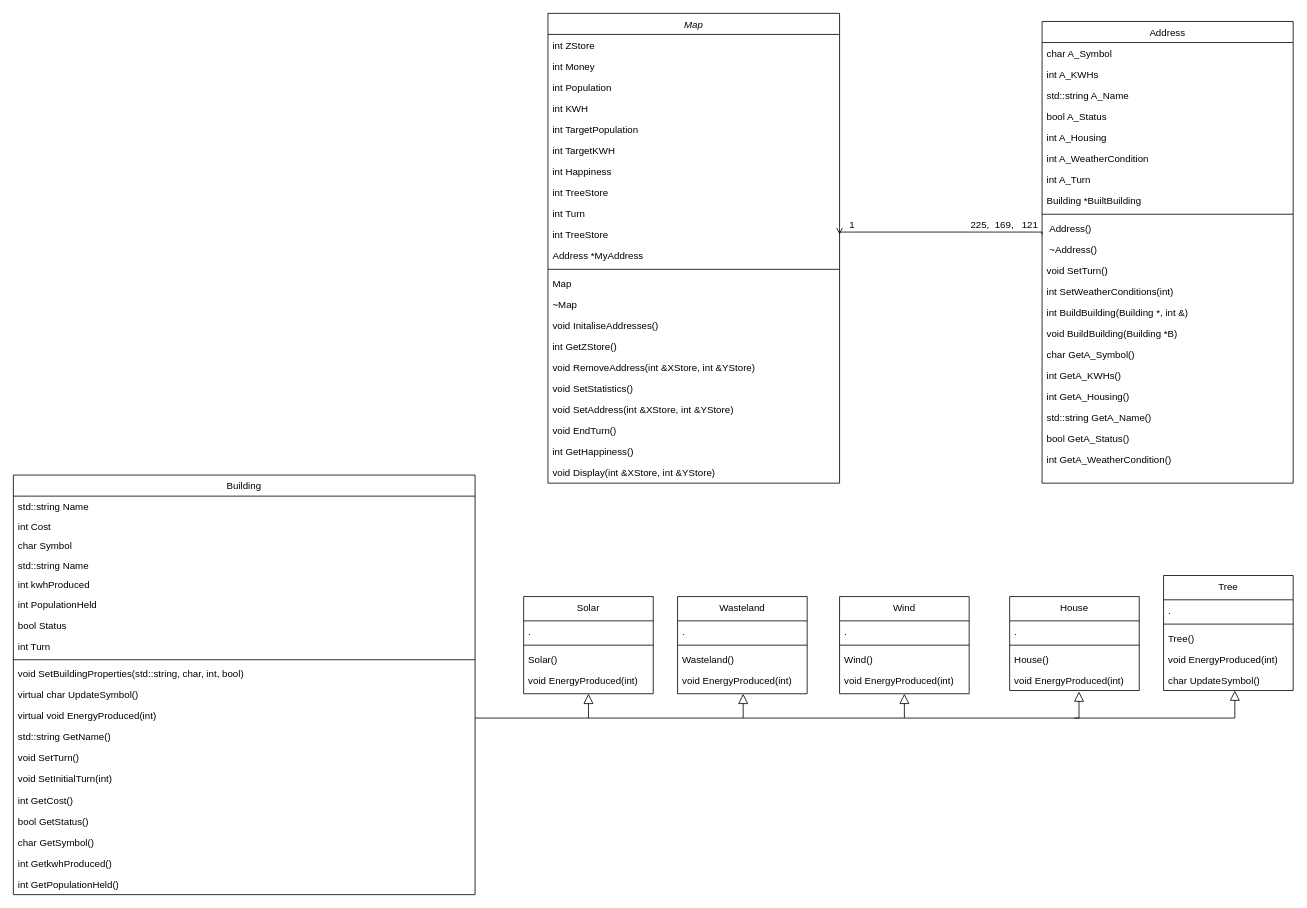
The draw.io diagram Untitled Diagram.drawio in FinlieJoel/class, before the edit. Source tidied: cells renumbered, new cells numbered last; positions are measured from the earlier drawing's top-left corner, leaving out a move shared by most shapes. Both pictures are drawn from the tidied source at 81%, with x=0, y=0 at pixel (13, 13).
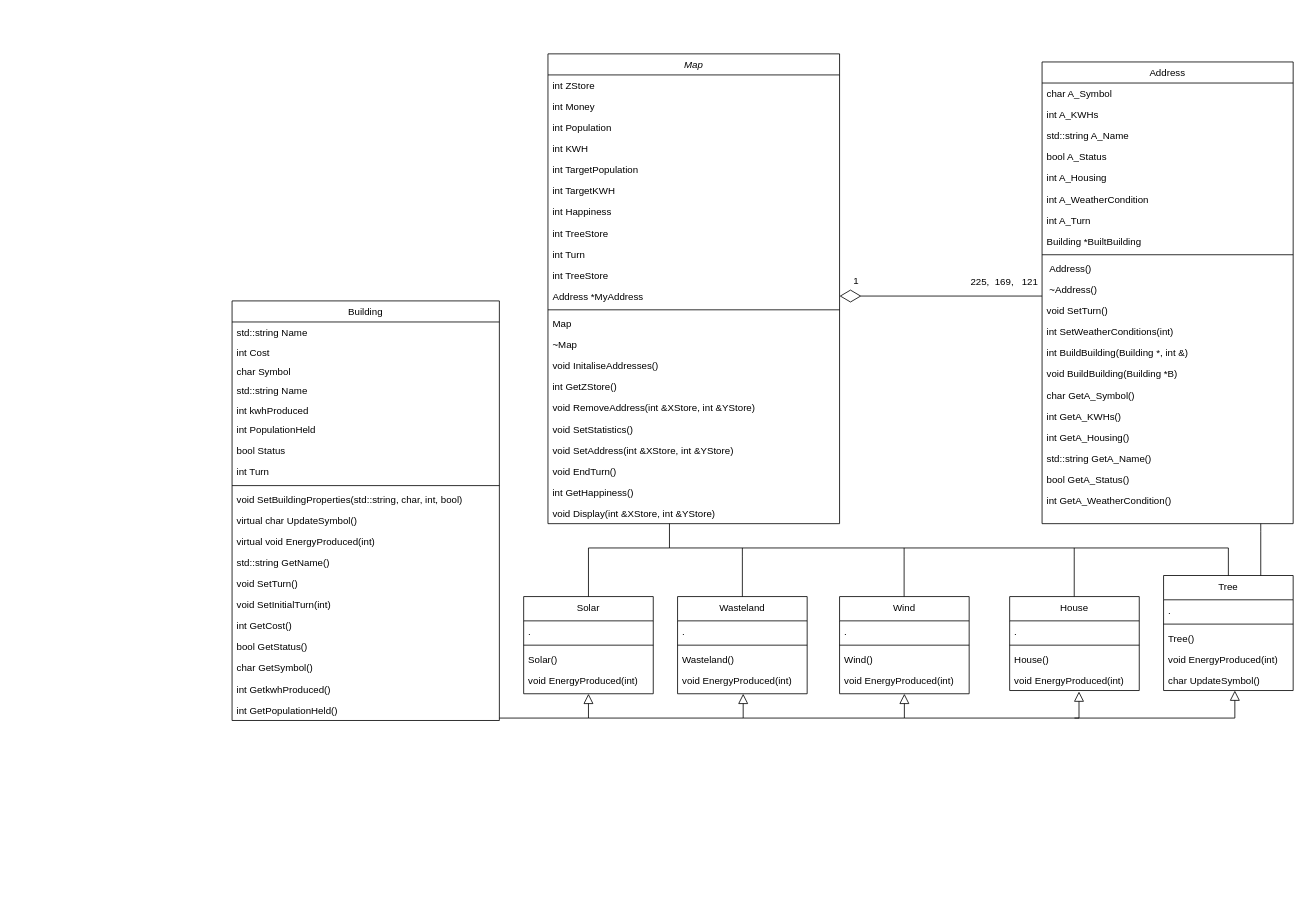
The same page after the edit.

The change refers to these unchanged cells:
```xml
<mxCell id="12" value="int TreeStore" style="text;align=left;verticalAlign=top;spacingLeft=4;spacingRight=4;overflow=hidden;points=[[0,0.5],[1,0.5]];portConstraint=eastwest;rounded=0;shadow=0;html=0;" parent="2" vertex="1">
  <mxGeometry y="260" width="360" height="26" as="geometry" />
</mxCell>
<mxCell id="13" value="Address *MyAddress" style="text;align=left;verticalAlign=top;spacingLeft=4;spacingRight=4;overflow=hidden;points=[[0,0.5],[1,0.5]];portConstraint=eastwest;rounded=0;shadow=0;html=0;" parent="2" vertex="1">
  <mxGeometry y="286" width="360" height="26" as="geometry" />
</mxCell>
<mxCell id="24" value="void Display(int &amp;XStore, int &amp;YStore)" style="text;align=left;verticalAlign=top;spacingLeft=4;spacingRight=4;overflow=hidden;points=[[0,0.5],[1,0.5]];portConstraint=eastwest;" parent="2" vertex="1">
  <mxGeometry y="554" width="360" height="26" as="geometry" />
</mxCell>
<mxCell id="81" value="Tree" style="swimlane;fontStyle=0;align=center;verticalAlign=top;horizontal=1;startSize=30;rounded=0;shadow=0;strokeWidth=1;" parent="1" vertex="1">
  <mxGeometry x="1420" y="694" width="160" height="142" as="geometry" />
</mxCell>
<mxCell id="87" value="Solar" style="swimlane;fontStyle=0;align=center;verticalAlign=top;horizontal=1;startSize=30;rounded=0;shadow=0;strokeWidth=1;" parent="1" vertex="1">
  <mxGeometry x="630" y="720" width="160" height="120" as="geometry" />
</mxCell>
<mxCell id="92" value="Wasteland" style="swimlane;fontStyle=0;align=center;verticalAlign=top;horizontal=1;startSize=30;rounded=0;shadow=0;strokeWidth=1;" parent="1" vertex="1">
  <mxGeometry x="820" y="720" width="160" height="120" as="geometry" />
</mxCell>
```

Change to the diagram source:
```diff
@@
     <mxCell id="2" value="Map" style="swimlane;fontStyle=2;align=center;verticalAlign=top;horizontal=1;startSize=26;rounded=0;shadow=0;strokeWidth=1;" parent="1" vertex="1">
-      <mxGeometry x="660" width="360" height="580" as="geometry" />
+      <mxGeometry x="660" y="50" width="360" height="580" as="geometry" />
     </mxCell>
@@
     <mxCell id="30" value="Address" style="swimlane;fontStyle=0;align=center;verticalAlign=top;horizontal=1;startSize=26;rounded=0;shadow=0;strokeWidth=1;" parent="1" vertex="1">
-      <mxGeometry x="1270" y="10" width="310" height="570" as="geometry" />
+      <mxGeometry x="1270" y="60" width="310" height="570" as="geometry" />
     </mxCell>
@@
-    <mxCell id="52" style="endArrow=open;shadow=0;strokeWidth=1;rounded=0;endFill=1;edgeStyle=elbowEdgeStyle;elbow=vertical;entryX=1;entryY=0.5;entryDx=0;entryDy=0;" parent="1" edge="1" target="12">
-      <mxGeometry x="0.5" y="41" relative="1" as="geometry">
-        <mxPoint x="1270" y="273" as="sourcePoint" />
-        <Array as="points">
-          <mxPoint x="1170" y="270" />
-          <mxPoint x="1160" y="270" />
-          <mxPoint x="1030" y="210" />
-        </Array>
-        <mxPoint x="-40" y="32" as="offset" />
-      </mxGeometry>
-    </mxCell>
-    <mxCell id="53" value="225,  169,   121" style="align=left;verticalAlign=bottom;labelBackgroundColor=none;fontSize=12;" parent="52" vertex="1">
-      <mxGeometry x="-1" relative="1" as="geometry">
-        <mxPoint x="-90" y="-3" as="offset" />
-      </mxGeometry>
-    </mxCell>
-    <mxCell id="54" value="1" style="align=right;verticalAlign=bottom;labelBackgroundColor=none;fontSize=12;" parent="52" vertex="1">
-      <mxGeometry x="1" relative="1" as="geometry">
-        <mxPoint x="20" y="-3" as="offset" />
-      </mxGeometry>
-    </mxCell>
     <mxCell id="55" value="Building" style="swimlane;fontStyle=0;align=center;verticalAlign=top;horizontal=1;startSize=26;rounded=0;shadow=0;strokeWidth=1;" parent="1" vertex="1">
-      <mxGeometry y="570" width="570" height="518" as="geometry" />
+      <mxGeometry x="270" y="355" width="330" height="518" as="geometry" />
     </mxCell>
     <mxCell id="56" value="std::string Name" style="text;align=left;verticalAlign=top;spacingLeft=4;spacingRight=4;overflow=hidden;" parent="55" vertex="1">
-      <mxGeometry y="26" width="570" height="24" as="geometry" />
+      <mxGeometry y="26" width="330" height="24" as="geometry" />
     </mxCell>
     <mxCell id="57" value="int Cost" style="text;align=left;verticalAlign=top;spacingLeft=4;spacingRight=4;overflow=hidden;" parent="55" vertex="1">
-      <mxGeometry y="50" width="570" height="24" as="geometry" />
+      <mxGeometry y="50" width="330" height="24" as="geometry" />
     </mxCell>
     <mxCell id="58" value="char Symbol " style="text;align=left;verticalAlign=top;spacingLeft=4;spacingRight=4;overflow=hidden;" parent="55" vertex="1">
-      <mxGeometry y="74" width="570" height="24" as="geometry" />
+      <mxGeometry y="74" width="330" height="24" as="geometry" />
     </mxCell>
     <mxCell id="59" value="std::string Name" style="text;align=left;verticalAlign=top;spacingLeft=4;spacingRight=4;overflow=hidden;" parent="55" vertex="1">
-      <mxGeometry y="98" width="570" height="24" as="geometry" />
+      <mxGeometry y="98" width="330" height="24" as="geometry" />
     </mxCell>
     <mxCell id="60" value="int kwhProduced" style="text;align=left;verticalAlign=top;spacingLeft=4;spacingRight=4;overflow=hidden;" parent="55" vertex="1">
-      <mxGeometry y="122" width="570" height="24" as="geometry" />
+      <mxGeometry y="122" width="330" height="24" as="geometry" />
     </mxCell>
     <mxCell id="61" value="int PopulationHeld" style="text;align=left;verticalAlign=top;spacingLeft=4;spacingRight=4;overflow=hidden;rounded=0;shadow=0;html=0;" parent="55" vertex="1">
-      <mxGeometry y="146" width="570" height="26" as="geometry" />
+      <mxGeometry y="146" width="330" height="26" as="geometry" />
     </mxCell>
     <mxCell id="62" value="bool Status" style="text;align=left;verticalAlign=top;spacingLeft=4;spacingRight=4;overflow=hidden;rounded=0;shadow=0;html=0;" parent="55" vertex="1">
-      <mxGeometry y="172" width="570" height="26" as="geometry" />
+      <mxGeometry y="172" width="330" height="26" as="geometry" />
     </mxCell>
     <mxCell id="63" value="int Turn" style="text;align=left;verticalAlign=top;spacingLeft=4;spacingRight=4;overflow=hidden;rounded=0;shadow=0;html=0;" parent="55" vertex="1">
-      <mxGeometry y="198" width="570" height="26" as="geometry" />
+      <mxGeometry y="198" width="330" height="26" as="geometry" />
     </mxCell>
     <mxCell id="64" style="line;html=1;strokeWidth=1;align=left;verticalAlign=middle;spacingTop=-1;spacingLeft=3;spacingRight=3;labelPosition=right;" parent="55" vertex="1">
-      <mxGeometry y="224" width="570" height="8" as="geometry" />
+      <mxGeometry y="224" width="330" height="8" as="geometry" />
     </mxCell>
     <mxCell id="65" value="void SetBuildingProperties(std::string, char, int, bool)" style="text;align=left;verticalAlign=top;spacingLeft=4;spacingRight=4;overflow=hidden;" parent="55" vertex="1">
-      <mxGeometry y="232" width="570" height="26" as="geometry" />
+      <mxGeometry y="232" width="330" height="26" as="geometry" />
     </mxCell>
     <mxCell id="66" value="virtual char UpdateSymbol()" style="text;align=left;verticalAlign=top;spacingLeft=4;spacingRight=4;overflow=hidden;" parent="55" vertex="1">
-      <mxGeometry y="258" width="570" height="26" as="geometry" />
+      <mxGeometry y="258" width="330" height="26" as="geometry" />
     </mxCell>
     <mxCell id="67" value="virtual void EnergyProduced(int)" style="text;align=left;verticalAlign=top;spacingLeft=4;spacingRight=4;overflow=hidden;" parent="55" vertex="1">
-      <mxGeometry y="284" width="570" height="26" as="geometry" />
+      <mxGeometry y="284" width="330" height="26" as="geometry" />
     </mxCell>
     <mxCell id="68" value="std::string GetName()" style="text;align=left;verticalAlign=top;spacingLeft=4;spacingRight=4;overflow=hidden;" parent="55" vertex="1">
-      <mxGeometry y="310" width="570" height="26" as="geometry" />
+      <mxGeometry y="310" width="330" height="26" as="geometry" />
     </mxCell>
     <mxCell id="69" value="void SetTurn()" style="text;align=left;verticalAlign=top;spacingLeft=4;spacingRight=4;overflow=hidden;" parent="55" vertex="1">
-      <mxGeometry y="336" width="570" height="26" as="geometry" />
+      <mxGeometry y="336" width="330" height="26" as="geometry" />
     </mxCell>
     <mxCell id="70" value="void SetInitialTurn(int)" style="text;align=left;verticalAlign=top;spacingLeft=4;spacingRight=4;overflow=hidden;" parent="55" vertex="1">
-      <mxGeometry y="362" width="570" height="26" as="geometry" />
+      <mxGeometry y="362" width="330" height="26" as="geometry" />
     </mxCell>
     <mxCell id="71" value="int GetCost()" style="text;align=left;verticalAlign=top;spacingLeft=4;spacingRight=4;overflow=hidden;" parent="55" vertex="1">
-      <mxGeometry y="388" width="570" height="26" as="geometry" />
+      <mxGeometry y="388" width="330" height="26" as="geometry" />
     </mxCell>
     <mxCell id="72" value="bool GetStatus()" style="text;align=left;verticalAlign=top;spacingLeft=4;spacingRight=4;overflow=hidden;" parent="55" vertex="1">
-      <mxGeometry y="414" width="570" height="26" as="geometry" />
+      <mxGeometry y="414" width="330" height="26" as="geometry" />
     </mxCell>
     <mxCell id="73" value="char GetSymbol()" style="text;align=left;verticalAlign=top;spacingLeft=4;spacingRight=4;overflow=hidden;" parent="55" vertex="1">
-      <mxGeometry y="440" width="570" height="26" as="geometry" />
+      <mxGeometry y="440" width="330" height="26" as="geometry" />
     </mxCell>
     <mxCell id="74" value="int GetkwhProduced()" style="text;align=left;verticalAlign=top;spacingLeft=4;spacingRight=4;overflow=hidden;" parent="55" vertex="1">
-      <mxGeometry y="466" width="570" height="26" as="geometry" />
+      <mxGeometry y="466" width="330" height="26" as="geometry" />
     </mxCell>
     <mxCell id="75" value="int GetPopulationHeld()" style="text;align=left;verticalAlign=top;spacingLeft=4;spacingRight=4;overflow=hidden;" parent="55" vertex="1">
-      <mxGeometry y="492" width="570" height="26" as="geometry" />
+      <mxGeometry y="492" width="330" height="26" as="geometry" />
     </mxCell>
@@
     <mxCell id="97" style="endArrow=block;endSize=10;endFill=0;shadow=0;strokeWidth=1;rounded=0;edgeStyle=elbowEdgeStyle;elbow=vertical;entryX=0.5;entryY=1;entryDx=0;entryDy=0;" parent="1" edge="1" target="87">
       <mxGeometry relative="1" as="geometry">
-        <mxPoint x="570" y="870" as="sourcePoint" />
+        <mxPoint x="600" y="870" as="sourcePoint" />
         <Array as="points">
           <mxPoint x="650" y="870" />
         </Array>
       </mxGeometry>
     </mxCell>
@@
+    <mxCell id="102" style="endArrow=diamondThin;endFill=0;endSize=24;html=1;rounded=0;entryX=1;entryY=0.5;entryDx=0;entryDy=0;" parent="1" edge="1" target="13">
+      <mxGeometry relative="1" as="geometry">
+        <mxPoint x="1270" y="349" as="sourcePoint" />
+      </mxGeometry>
+    </mxCell>
+    <mxCell id="53" value="225,  169,   121" style="align=left;verticalAlign=bottom;labelBackgroundColor=none;fontSize=12;" parent="1" vertex="1">
+      <mxGeometry x="1180" y="340" as="geometry" />
+    </mxCell>
+    <mxCell id="54" value="1" style="align=right;verticalAlign=bottom;labelBackgroundColor=none;fontSize=12;" parent="1" vertex="1">
+      <mxGeometry x="1050" y="330" as="geometry">
+        <mxPoint x="-5" y="8" as="offset" />
+      </mxGeometry>
+    </mxCell>
+    <mxCell id="103" style="endArrow=none;html=1;edgeStyle=orthogonalEdgeStyle;rounded=0;entryX=0.5;entryY=0;entryDx=0;entryDy=0;" parent="1" edge="1" source="24" target="81">
+      <mxGeometry relative="1" as="geometry">
+        <Array as="points">
+          <mxPoint x="810" y="660" />
+          <mxPoint x="1500" y="660" />
+        </Array>
+      </mxGeometry>
+    </mxCell>
+    <mxCell id="104" style="endArrow=none;html=1;edgeStyle=orthogonalEdgeStyle;rounded=0;entryX=0.5;entryY=0;entryDx=0;entryDy=0;" parent="1" edge="1" target="87">
+      <mxGeometry relative="1" as="geometry">
+        <mxPoint x="810" y="660" as="sourcePoint" />
+        <Array as="points">
+          <mxPoint x="710" y="660" />
+        </Array>
+      </mxGeometry>
+    </mxCell>
+    <mxCell id="105" style="endArrow=none;html=1;edgeStyle=orthogonalEdgeStyle;rounded=0;entryX=0.5;entryY=0;entryDx=0;entryDy=0;" parent="1" edge="1" target="92">
+      <mxGeometry relative="1" as="geometry">
+        <mxPoint x="900" y="660" as="sourcePoint" />
+        <Array as="points">
+          <mxPoint x="900" y="670" />
+          <mxPoint x="900" y="670" />
+        </Array>
+      </mxGeometry>
+    </mxCell>
+    <mxCell id="106" style="endArrow=none;html=1;edgeStyle=orthogonalEdgeStyle;rounded=0;entryX=0.5;entryY=0;entryDx=0;entryDy=0;" parent="1" edge="1">
+      <mxGeometry relative="1" as="geometry">
+        <mxPoint x="1099.7" y="660" as="sourcePoint" />
+        <mxPoint x="1099.7" y="720" as="targetPoint" />
+        <Array as="points">
+          <mxPoint x="1099.7" y="670" />
+          <mxPoint x="1099.7" y="670" />
+        </Array>
+      </mxGeometry>
+    </mxCell>
+    <mxCell id="107" style="endArrow=none;html=1;edgeStyle=orthogonalEdgeStyle;rounded=0;entryX=0.5;entryY=0;entryDx=0;entryDy=0;" parent="1" edge="1">
+      <mxGeometry relative="1" as="geometry">
+        <mxPoint x="1309.7" y="660" as="sourcePoint" />
+        <mxPoint x="1309.7" y="720" as="targetPoint" />
+        <Array as="points">
+          <mxPoint x="1309.7" y="670" />
+          <mxPoint x="1309.7" y="670" />
+        </Array>
+      </mxGeometry>
+    </mxCell>
+    <mxCell id="108" style="endArrow=none;html=1;edgeStyle=orthogonalEdgeStyle;rounded=0;exitX=0.75;exitY=0;exitDx=0;exitDy=0;" parent="1" edge="1" source="81">
+      <mxGeometry relative="1" as="geometry">
+        <mxPoint x="1540" y="630" as="targetPoint" />
+        <Array as="points">
+          <mxPoint x="1540" y="640" />
+          <mxPoint x="1540" y="640" />
+        </Array>
+      </mxGeometry>
+    </mxCell>
```
